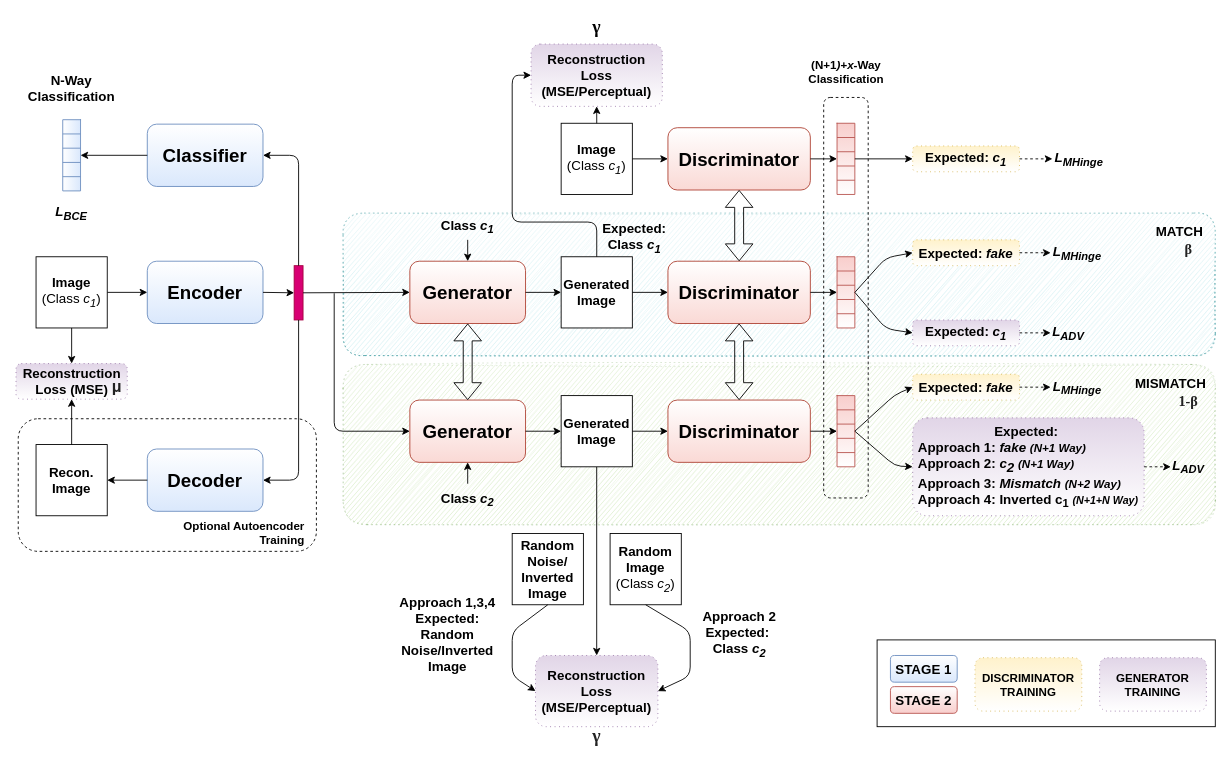
pranavbudhwant/cGAN-OSR keeps this draw.io diagram as draw/cGAN-OSR.drawio. Above is the earlier version. Source tidied: cells renumbered, new cells numbered last; positions are measured from the earlier drawing's top-left corner, leaving out a move shared by most shapes. Both pictures are drawn from the tidied source at 89%, with x=0, y=0 at pixel (15, 17).
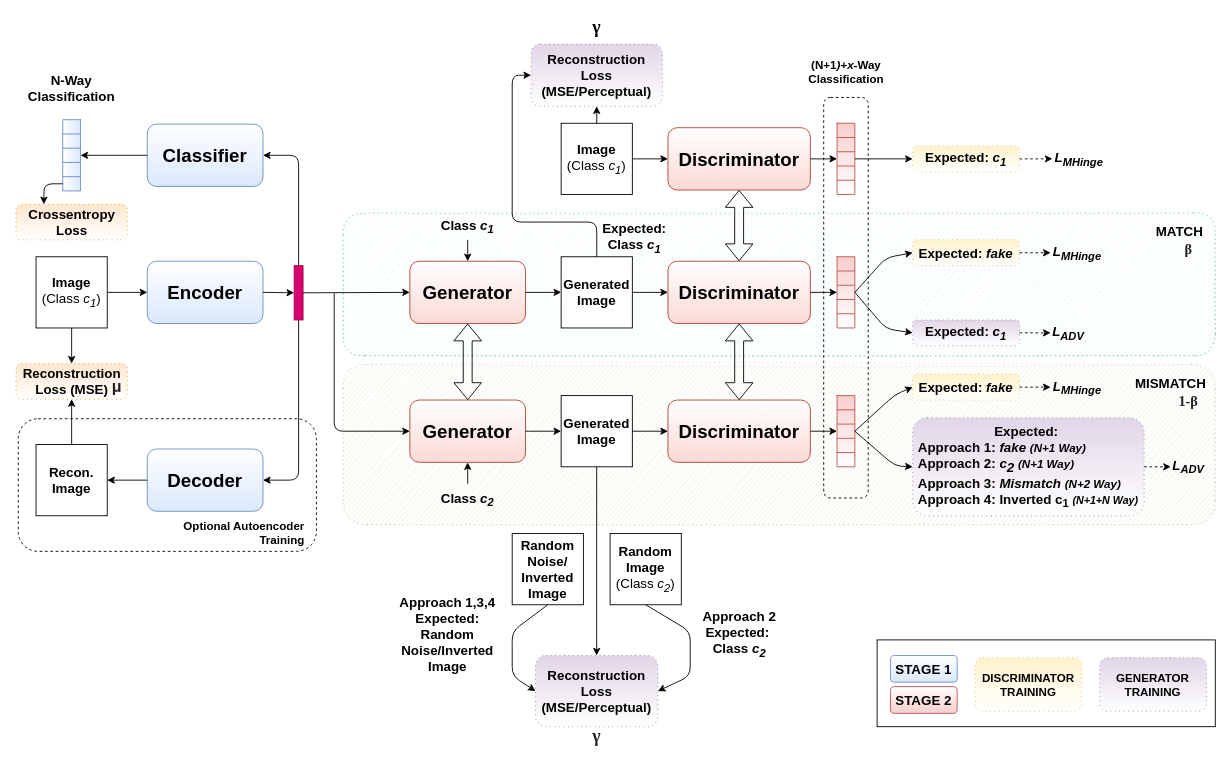
After the change.

The change refers to these unchanged cells:
```xml
<mxCell id="123" style="shape=partialRectangle;html=1;whiteSpace=wrap;fillColor=none;top=0;left=0;bottom=0;right=0;points=[[0,0.5],[1,0.5]];portConstraint=eastwest;gradientColor=#ffffff;" parent="114" vertex="1">
  <mxGeometry y="64" width="20" height="16" as="geometry" />
</mxCell>
```

What changed in the source:
```diff
@@
-    <mxCell id="4" style="rounded=1;whiteSpace=wrap;html=1;glass=1;dashed=1;dashPattern=1 4;opacity=20;sketch=1;fillColor=#60a917;strokeColor=#2D7600;fontColor=#ffffff;comic=0;" parent="1" vertex="1">
+    <mxCell id="4" style="rounded=1;whiteSpace=wrap;html=1;glass=1;dashed=1;dashPattern=1 4;opacity=15;sketch=1;fillColor=#60a917;strokeColor=#2D7600;fontColor=#ffffff;comic=0;shadow=0;" parent="1" vertex="1">
       <mxGeometry x="368" y="390" width="980" height="180" as="geometry" />
     </mxCell>
-    <mxCell id="5" style="rounded=1;whiteSpace=wrap;html=1;dashed=1;dashPattern=1 4;fillColor=#b0e3e6;strokeColor=#0e8088;opacity=50;glass=1;sketch=1;comic=0;" parent="1" vertex="1">
+    <mxCell id="5" style="rounded=1;whiteSpace=wrap;html=1;dashed=1;dashPattern=1 4;fillColor=#b0e3e6;strokeColor=#0e8088;opacity=30;glass=1;sketch=1;comic=0;shadow=0;" parent="1" vertex="1">
       <mxGeometry x="368" y="220" width="980" height="160" as="geometry" />
     </mxCell>
@@
-    <mxCell id="131" value="&lt;font style=&quot;font-size: 15px&quot;&gt;&lt;b&gt;Reconstruction&lt;br&gt;Loss (MSE)&lt;/b&gt;&lt;/font&gt;" style="rounded=1;whiteSpace=wrap;html=1;fillColor=#e1d5e7;strokeColor=#9673a6;gradientColor=#ffffff;dashed=1;dashPattern=1 4;" parent="1" vertex="1">
+    <mxCell id="131" value="&lt;font style=&quot;font-size: 15px&quot;&gt;&lt;b&gt;Reconstruction&lt;br&gt;Loss (MSE)&lt;/b&gt;&lt;/font&gt;" style="rounded=1;whiteSpace=wrap;html=1;fillColor=#ffe6cc;strokeColor=#d79b00;dashed=1;dashPattern=1 4;gradientColor=#ffffff;" parent="1" vertex="1">
       <mxGeometry x="0.5" y="389" width="125" height="40" as="geometry" />
     </mxCell>
@@
-    <mxCell id="135" value="&lt;b style=&quot;font-size: 15px&quot;&gt;&lt;i&gt;L&lt;sub&gt;BCE&lt;/sub&gt;&lt;/i&gt;&lt;/b&gt;" style="text;html=1;strokeColor=none;fillColor=none;align=center;verticalAlign=middle;whiteSpace=wrap;rounded=0;dashed=1;" parent="1" vertex="1">
-      <mxGeometry x="43" y="210" width="40" height="20" as="geometry" />
-    </mxCell>
@@
+    <mxCell id="146" value="&lt;span style=&quot;font-size: 15px&quot;&gt;&lt;b&gt;Crossentropy Loss&lt;/b&gt;&lt;/span&gt;" style="rounded=1;whiteSpace=wrap;html=1;fillColor=#ffe6cc;strokeColor=#d79b00;dashed=1;dashPattern=1 4;gradientColor=#ffffff;" parent="1" vertex="1">
+      <mxGeometry x="0.5" y="210" width="125" height="40" as="geometry" />
+    </mxCell>
+    <mxCell id="147" style="endArrow=classic;html=1;exitX=0;exitY=0.5;exitDx=0;exitDy=0;entryX=0.25;entryY=0;entryDx=0;entryDy=0;" parent="1" edge="1" source="123" target="146">
+      <mxGeometry relative="1" as="geometry">
+        <Array as="points">
+          <mxPoint x="32" y="187" />
+        </Array>
+      </mxGeometry>
+    </mxCell>
```
